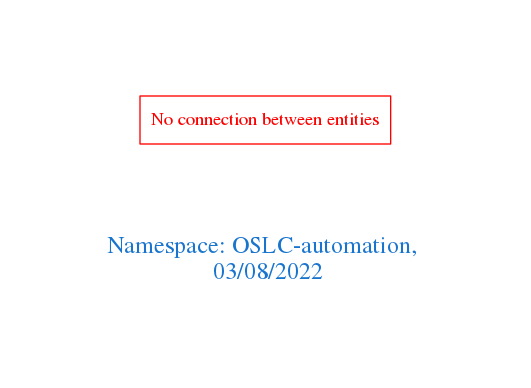
Earlier version of the Graphviz export downloads/OSLC-automation.png (arago/OGIT). Its source is kept beside it as downloads/OSLC-automation.dot.
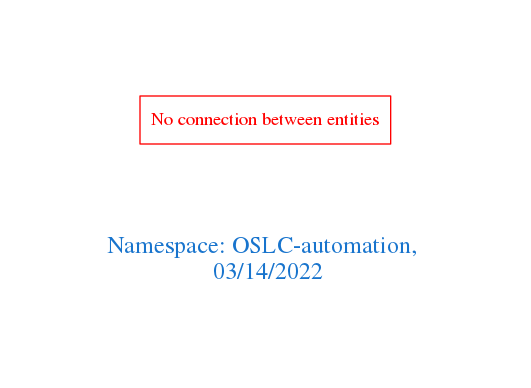
Later version of the same file.

Diff of the diagram source:
```diff
@@ -1,7 +1,7 @@
 digraph OGIT_ontology {
  graph [ rankdir= LR,pad=1
 fontsize = 18,
-fontcolor= dodgerblue3,label = "\n\n\nNamespace: OSLC-automation, \n 03/08/2022"];
+fontcolor= dodgerblue3,label = "\n\n\nNamespace: OSLC-automation, \n 03/14/2022"];
 node[shape=polygon];
 edge [  color="gray81"];
 
```
